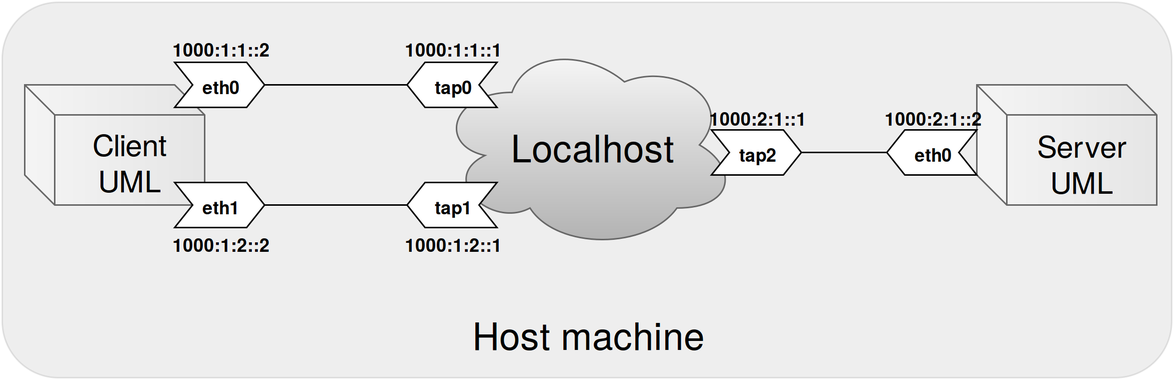
Above: images/Network_Scenario_6_1.png in fabriziodemaria/MPTCP_Security (draw.io), before the change. Source tidied: cells renumbered, new cells last; positions are measured from the earlier drawing's top-left corner, leaving out a move shared by most shapes. The source it was exported from:
```xml
<mxGraphModel background="#ffffff">
  <root>
    <mxCell id="0" />
    <mxCell id="1" parent="0" />
    <mxCell id="2" style="whiteSpace=wrap;html=1;fontSize=25;fillColor=#545454;strokeColor=#000000;gradientColor=none;opacity=10;shadow=0;rounded=1;" parent="1" vertex="1">
      <mxGeometry width="780" height="250" as="geometry" />
    </mxCell>
    <mxCell id="3" style="shape=cube;whiteSpace=wrap;html=1;plain-gray;gradientColor=#E6E6E6;gradientDirection=east;" parent="1" vertex="1">
      <mxGeometry x="15" y="55" width="120" height="80" as="geometry" />
    </mxCell>
    <mxCell id="4" style="shape=cube;whiteSpace=wrap;html=1;plain-gray;gradientColor=#E6E6E6;gradientDirection=east;" parent="1" vertex="1">
      <mxGeometry x="650" y="55" width="120" height="80" as="geometry" />
    </mxCell>
    <mxCell id="5" value="Client UML&lt;br&gt;" style="text;html=1;strokeColor=none;fillColor=none;align=center;verticalAlign=middle;whiteSpace=wrap;overflow=hidden;fontSize=20;" parent="1" vertex="1">
      <mxGeometry x="35" y="75" width="100" height="60" as="geometry" />
    </mxCell>
    <mxCell id="6" style="shape=step;whiteSpace=wrap;html=1;" parent="1" vertex="1">
      <mxGeometry x="115" y="40" width="60" height="30" as="geometry" />
    </mxCell>
    <mxCell id="7" style="shape=step;whiteSpace=wrap;html=1;" parent="1" vertex="1">
      <mxGeometry x="115" y="120" width="60" height="30" as="geometry" />
    </mxCell>
    <mxCell id="8" style="ellipse;shape=cloud;whiteSpace=wrap;html=1;plain-gray;" parent="1" vertex="1">
      <mxGeometry x="290" y="25" width="200" height="140" as="geometry" />
    </mxCell>
    <mxCell id="9" style="shape=step;whiteSpace=wrap;html=1;rotation=180;" parent="1" vertex="1">
      <mxGeometry x="270" y="40" width="60" height="30" as="geometry" />
    </mxCell>
    <mxCell id="10" style="shape=step;whiteSpace=wrap;html=1;rotation=180;" parent="1" vertex="1">
      <mxGeometry x="270" y="120" width="60" height="30" as="geometry" />
    </mxCell>
    <mxCell id="11" value="eth0" style="text;html=1;strokeColor=none;fillColor=none;align=center;verticalAlign=middle;whiteSpace=wrap;overflow=hidden;fontStyle=1;" parent="1" vertex="1">
      <mxGeometry x="125" y="45" width="40" height="20" as="geometry" />
    </mxCell>
    <mxCell id="12" value="eth1" style="text;html=1;strokeColor=none;fillColor=none;align=center;verticalAlign=middle;whiteSpace=wrap;overflow=hidden;fontStyle=1;" parent="1" vertex="1">
      <mxGeometry x="125" y="125" width="40" height="20" as="geometry" />
    </mxCell>
    <mxCell id="13" value="tap0" style="text;html=1;strokeColor=none;fillColor=none;align=center;verticalAlign=middle;whiteSpace=wrap;overflow=hidden;fontStyle=1;" parent="1" vertex="1">
      <mxGeometry x="280" y="45" width="40" height="20" as="geometry" />
    </mxCell>
    <mxCell id="14" value="tap1" style="text;html=1;strokeColor=none;fillColor=none;align=center;verticalAlign=middle;whiteSpace=wrap;overflow=hidden;fontStyle=1;" parent="1" vertex="1">
      <mxGeometry x="280" y="125" width="40" height="20" as="geometry" />
    </mxCell>
    <mxCell id="15" style="shape=step;whiteSpace=wrap;html=1;" parent="1" vertex="1">
      <mxGeometry x="473" y="85" width="60" height="30" as="geometry" />
    </mxCell>
    <mxCell id="16" value="tap2" style="text;html=1;strokeColor=none;fillColor=none;align=center;verticalAlign=middle;whiteSpace=wrap;overflow=hidden;fontStyle=1;" parent="1" vertex="1">
      <mxGeometry x="483" y="90" width="40" height="20" as="geometry" />
    </mxCell>
    <mxCell id="17" style="shape=step;whiteSpace=wrap;html=1;rotation=180;" parent="1" vertex="1">
      <mxGeometry x="590" y="85" width="60" height="30" as="geometry" />
    </mxCell>
    <mxCell id="18" value="eth0&lt;br&gt;" style="text;html=1;strokeColor=none;fillColor=none;align=center;verticalAlign=middle;whiteSpace=wrap;overflow=hidden;fontStyle=1;" parent="1" vertex="1">
      <mxGeometry x="600" y="85" width="40" height="30" as="geometry" />
    </mxCell>
    <mxCell id="19" value="1000:1:1::2" style="text;html=1;strokeColor=none;fillColor=none;align=center;verticalAlign=middle;whiteSpace=wrap;overflow=hidden;fontStyle=1;" parent="1" vertex="1">
      <mxGeometry x="105" y="20" width="80" height="20" as="geometry" />
    </mxCell>
    <mxCell id="20" value="1000:1:2::2" style="text;html=1;strokeColor=none;fillColor=none;align=center;verticalAlign=middle;whiteSpace=wrap;overflow=hidden;fontStyle=1;" parent="1" vertex="1">
      <mxGeometry x="105" y="150" width="80" height="20" as="geometry" />
    </mxCell>
    <mxCell id="21" value="1000:1:1::1" style="text;html=1;strokeColor=none;fillColor=none;align=center;verticalAlign=middle;whiteSpace=wrap;overflow=hidden;fontStyle=1;" parent="1" vertex="1">
      <mxGeometry x="260" y="20" width="80" height="20" as="geometry" />
    </mxCell>
    <mxCell id="22" value="1000:1:2::1" style="text;html=1;strokeColor=none;fillColor=none;align=center;verticalAlign=middle;whiteSpace=wrap;overflow=hidden;fontStyle=1;" parent="1" vertex="1">
      <mxGeometry x="260" y="150" width="80" height="20" as="geometry" />
    </mxCell>
    <mxCell id="23" value="1000:2:1::1" style="text;html=1;strokeColor=none;fillColor=none;align=center;verticalAlign=middle;whiteSpace=wrap;overflow=hidden;fontStyle=1;" parent="1" vertex="1">
      <mxGeometry x="463" y="66" width="80" height="20" as="geometry" />
    </mxCell>
    <mxCell id="24" value="1000:2:1::2" style="text;html=1;strokeColor=none;fillColor=none;align=center;verticalAlign=middle;whiteSpace=wrap;overflow=hidden;fontStyle=1;" parent="1" vertex="1">
      <mxGeometry x="580" y="66" width="80" height="20" as="geometry" />
    </mxCell>
    <mxCell id="25" style="edgeStyle=orthogonalEdgeStyle;rounded=0;html=1;exitX=1;exitY=0.5;exitPerimeter=0;fontSize=25;endArrow=none;endFill=0;" parent="1" edge="1" source="6">
      <mxGeometry relative="1" as="geometry">
        <mxPoint x="270" y="55" as="targetPoint" />
      </mxGeometry>
    </mxCell>
    <mxCell id="26" style="edgeStyle=orthogonalEdgeStyle;rounded=0;html=1;fontSize=25;endArrow=none;endFill=0;exitX=1;exitY=0.5;exitPerimeter=0;" parent="1" edge="1" source="7">
      <mxGeometry x="208" y="270" as="geometry">
        <mxPoint x="270" y="135" as="targetPoint" />
      </mxGeometry>
    </mxCell>
    <mxCell id="27" style="edgeStyle=orthogonalEdgeStyle;rounded=0;html=1;exitX=1;exitY=0.5;exitPerimeter=0;entryX=1;entryY=0.5;entryPerimeter=0;endArrow=none;endFill=0;fontSize=25;" parent="1" edge="1" source="15" target="17">
      <mxGeometry relative="1" as="geometry" />
    </mxCell>
    <mxCell id="28" value="Localhost" style="text;html=1;strokeColor=none;fillColor=none;align=center;verticalAlign=middle;whiteSpace=wrap;overflow=hidden;fontSize=25;" parent="1" vertex="1">
      <mxGeometry x="337" y="70" width="113" height="50" as="geometry" />
    </mxCell>
    <mxCell id="29" value="Host machine&lt;br&gt;" style="text;html=1;strokeColor=none;fillColor=none;align=center;verticalAlign=middle;whiteSpace=wrap;overflow=hidden;fontSize=25;" parent="1" vertex="1">
      <mxGeometry x="310" y="195" width="160" height="50" as="geometry" />
    </mxCell>
    <mxCell id="30" value="Server UML&lt;br&gt;" style="text;html=1;strokeColor=none;fillColor=none;align=center;verticalAlign=middle;whiteSpace=wrap;overflow=hidden;fontSize=20;" parent="1" vertex="1">
      <mxGeometry x="670" y="76" width="100" height="60" as="geometry" />
    </mxCell>
  </root>
</mxGraphModel>
```
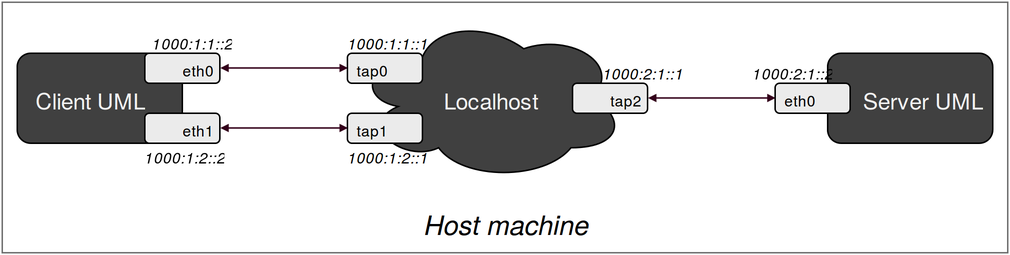
Later version of the same file.

Diff of the diagram source:
```diff
@@ -2,96 +2,65 @@
   <root>
     <mxCell id="0" />
     <mxCell id="1" parent="0" />
-    <mxCell id="2" style="whiteSpace=wrap;html=1;fontSize=25;fillColor=#545454;strokeColor=#000000;gradientColor=none;opacity=10;shadow=0;rounded=1;" parent="1" vertex="1">
-      <mxGeometry width="780" height="250" as="geometry" />
-    </mxCell>
+    <mxCell id="12" style="whiteSpace=wrap;html=1;rounded=0;shadow=0;glass=0;strokeColor=#737373;strokeWidth=1;fillColor=#FFFFFF;gradientColor=none;fontSize=10;fontColor=#000000;align=center;" parent="1" vertex="1">
+      <mxGeometry x="27" y="41" width="670" height="167" as="geometry" />
+    </mxCell>
-    <mxCell id="3" style="shape=cube;whiteSpace=wrap;html=1;plain-gray;gradientColor=#E6E6E6;gradientDirection=east;" parent="1" vertex="1">
-      <mxGeometry x="15" y="55" width="120" height="80" as="geometry" />
+    <mxCell id="3" value="Localhost" style="ellipse;shape=cloud;whiteSpace=wrap;html=1;rounded=1;shadow=0;strokeColor=#000000;fillColor=#404040;gradientColor=none;fontSize=15;fontColor=#F2F2F2;align=center;" parent="1" vertex="1">
+      <mxGeometry x="262" y="50" width="180" height="110" as="geometry" />
     </mxCell>
+    <mxCell id="31" value="Client UML&lt;br&gt;" style="whiteSpace=wrap;html=1;rounded=1;shadow=0;strokeColor=#000000;fillColor=#404040;gradientColor=none;fontSize=15;fontColor=#F2F2F2;align=center;verticalAlign=middle;spacingRight=15;" parent="1" vertex="1">
+      <mxGeometry x="37" y="75" width="110" height="60" as="geometry" />
+    </mxCell>
+    <mxCell id="32" style="edgeStyle=none;html=1;exitX=1;exitY=0.5;entryX=0;entryY=0.5;shadow=0;startArrow=block;startFill=1;startSize=3;endArrow=block;endFill=1;endSize=3;jettySize=auto;strokeColor=#33001A;strokeWidth=1;fillColor=#000000;fontSize=8;fontColor=#000000;" parent="1" edge="1" source="33" target="14">
+      <mxGeometry relative="1" as="geometry" />
+    </mxCell>
+    <mxCell id="33" value="eth1" style="whiteSpace=wrap;html=1;rounded=1;shadow=0;glass=0;strokeColor=#000000;strokeWidth=1;fillColor=#EBEBEB;gradientColor=none;fontSize=10;fontColor=#000000;align=right;spacingRight=3;" parent="1" vertex="1">
+      <mxGeometry x="122" y="115" width="50" height="20" as="geometry" />
+    </mxCell>
+    <mxCell id="14" value="tap1" style="whiteSpace=wrap;html=1;rounded=1;shadow=0;glass=0;strokeColor=#000000;strokeWidth=1;fillColor=#EBEBEB;gradientColor=none;fontSize=10;fontColor=#000000;align=left;spacingLeft=3;" parent="1" vertex="1">
+      <mxGeometry x="257" y="115" width="50" height="20" as="geometry" />
+    </mxCell>
-    <mxCell id="4" style="shape=cube;whiteSpace=wrap;html=1;plain-gray;gradientColor=#E6E6E6;gradientDirection=east;" parent="1" vertex="1">
-      <mxGeometry x="650" y="55" width="120" height="80" as="geometry" />
+    <mxCell id="4" style="edgeStyle=none;html=1;exitX=1;exitY=0.5;entryX=0;entryY=0.5;shadow=0;startArrow=block;startFill=1;startSize=3;endArrow=block;endFill=1;endSize=3;jettySize=auto;strokeColor=#33001A;strokeWidth=1;fillColor=#000000;fontSize=8;fontColor=#000000;" parent="1" edge="1" source="5" target="34">
+      <mxGeometry x="195" y="290" as="geometry" />
     </mxCell>
-    <mxCell id="5" value="Client UML&lt;br&gt;" style="text;html=1;strokeColor=none;fillColor=none;align=center;verticalAlign=middle;whiteSpace=wrap;overflow=hidden;fontSize=20;" parent="1" vertex="1">
-      <mxGeometry x="35" y="75" width="100" height="60" as="geometry" />
+    <mxCell id="5" value="eth0" style="whiteSpace=wrap;html=1;rounded=1;shadow=0;glass=0;strokeColor=#000000;strokeWidth=1;fillColor=#EBEBEB;gradientColor=none;fontSize=10;fontColor=#000000;align=right;spacingRight=3;" parent="1" vertex="1">
+      <mxGeometry x="122" y="75" width="50" height="20" as="geometry" />
     </mxCell>
+    <mxCell id="34" value="tap0" style="whiteSpace=wrap;html=1;rounded=1;shadow=0;glass=0;strokeColor=#000000;strokeWidth=1;fillColor=#EBEBEB;gradientColor=none;fontSize=10;fontColor=#000000;align=left;spacingLeft=3;" parent="1" vertex="1">
+      <mxGeometry x="257" y="75" width="50" height="20" as="geometry" />
+    </mxCell>
-    <mxCell id="6" style="shape=step;whiteSpace=wrap;html=1;" parent="1" vertex="1">
-      <mxGeometry x="115" y="40" width="60" height="30" as="geometry" />
+    <mxCell id="6" style="edgeStyle=none;html=1;exitX=1;exitY=0.5;entryX=0;entryY=0.5;shadow=0;startArrow=block;startFill=1;startSize=3;endArrow=block;endFill=1;endSize=3;jettySize=auto;strokeColor=#33001A;strokeWidth=1;fillColor=#000000;fontSize=8;fontColor=#000000;" parent="1" edge="1" source="7" target="8">
+      <mxGeometry x="480" y="310" as="geometry" />
     </mxCell>
-    <mxCell id="7" style="shape=step;whiteSpace=wrap;html=1;" parent="1" vertex="1">
-      <mxGeometry x="115" y="120" width="60" height="30" as="geometry" />
+    <mxCell id="7" value="tap2" style="whiteSpace=wrap;html=1;rounded=1;shadow=0;glass=0;strokeColor=#000000;strokeWidth=1;fillColor=#EBEBEB;gradientColor=none;fontSize=10;fontColor=#000000;align=right;spacingRight=3;" parent="1" vertex="1">
+      <mxGeometry x="407" y="95" width="50" height="20" as="geometry" />
     </mxCell>
+    <mxCell id="30" value="Server UML&lt;br&gt;" style="whiteSpace=wrap;html=1;rounded=1;shadow=0;strokeColor=#000000;fillColor=#404040;gradientColor=none;fontSize=15;fontColor=#F2F2F2;align=center;verticalAlign=middle;spacingLeft=15;" parent="1" vertex="1">
+      <mxGeometry x="577" y="75" width="110" height="60" as="geometry" />
+    </mxCell>
-    <mxCell id="8" style="ellipse;shape=cloud;whiteSpace=wrap;html=1;plain-gray;" parent="1" vertex="1">
-      <mxGeometry x="290" y="25" width="200" height="140" as="geometry" />
+    <mxCell id="8" value="eth0" style="whiteSpace=wrap;html=1;rounded=1;shadow=0;glass=0;strokeColor=#000000;strokeWidth=1;fillColor=#EBEBEB;gradientColor=none;fontSize=10;fontColor=#000000;align=left;spacingLeft=3;" parent="1" vertex="1">
+      <mxGeometry x="542" y="95" width="50" height="20" as="geometry" />
     </mxCell>
+    <mxCell id="19" value="1000:1:1::2" style="text;html=1;align=center;verticalAlign=bottom;spacingTop=-4;fontSize=10;fontColor=#000000;fontStyle=2;" parent="1" vertex="1">
+      <mxGeometry x="117" y="65" width="70" height="10" as="geometry" />
+    </mxCell>
+    <mxCell id="20" value="1000:1:2::2" style="text;html=1;align=center;verticalAlign=top;spacingTop=-4;fontSize=10;fontColor=#000000;fontStyle=2;" parent="1" vertex="1">
+      <mxGeometry x="112" y="135" width="70" height="10" as="geometry" />
+    </mxCell>
+    <mxCell id="22" value="1000:1:2::1" style="text;html=1;align=center;verticalAlign=top;spacingTop=-4;fontSize=10;fontColor=#000000;fontStyle=2;" parent="1" vertex="1">
+      <mxGeometry x="247" y="135" width="70" height="10" as="geometry" />
+    </mxCell>
-    <mxCell id="9" style="shape=step;whiteSpace=wrap;html=1;rotation=180;" parent="1" vertex="1">
-      <mxGeometry x="270" y="40" width="60" height="30" as="geometry" />
+    <mxCell id="9" value="1000:1:1::1" style="text;html=1;align=center;verticalAlign=bottom;spacingTop=-4;fontSize=10;fontColor=#000000;fontStyle=2;" parent="1" vertex="1">
+      <mxGeometry x="247" y="65" width="70" height="10" as="geometry" />
     </mxCell>
-    <mxCell id="10" style="shape=step;whiteSpace=wrap;html=1;rotation=180;" parent="1" vertex="1">
-      <mxGeometry x="270" y="120" width="60" height="30" as="geometry" />
+    <mxCell id="10" value="1000:2:1::1" style="text;html=1;align=center;verticalAlign=bottom;spacingTop=-4;fontSize=10;fontColor=#000000;fontStyle=2;" parent="1" vertex="1">
+      <mxGeometry x="417" y="85" width="70" height="10" as="geometry" />
     </mxCell>
-    <mxCell id="11" value="eth0" style="text;html=1;strokeColor=none;fillColor=none;align=center;verticalAlign=middle;whiteSpace=wrap;overflow=hidden;fontStyle=1;" parent="1" vertex="1">
-      <mxGeometry x="125" y="45" width="40" height="20" as="geometry" />
+    <mxCell id="11" value="1000:2:1::2" style="text;html=1;align=center;verticalAlign=bottom;spacingTop=-4;fontSize=10;fontColor=#000000;fontStyle=2;" parent="1" vertex="1">
+      <mxGeometry x="517" y="85" width="70" height="10" as="geometry" />
     </mxCell>
-    <mxCell id="12" value="eth1" style="text;html=1;strokeColor=none;fillColor=none;align=center;verticalAlign=middle;whiteSpace=wrap;overflow=hidden;fontStyle=1;" parent="1" vertex="1">
-      <mxGeometry x="125" y="125" width="40" height="20" as="geometry" />
-    </mxCell>
-    <mxCell id="13" value="tap0" style="text;html=1;strokeColor=none;fillColor=none;align=center;verticalAlign=middle;whiteSpace=wrap;overflow=hidden;fontStyle=1;" parent="1" vertex="1">
-      <mxGeometry x="280" y="45" width="40" height="20" as="geometry" />
+    <mxCell id="13" value="Host machine&lt;br&gt;" style="text;html=1;align=center;verticalAlign=middle;spacingTop=-4;fontSize=18;fontColor=#000000;fontStyle=2;" parent="1" vertex="1">
+      <mxGeometry x="322" y="185" width="80" height="10" as="geometry" />
     </mxCell>
-    <mxCell id="14" value="tap1" style="text;html=1;strokeColor=none;fillColor=none;align=center;verticalAlign=middle;whiteSpace=wrap;overflow=hidden;fontStyle=1;" parent="1" vertex="1">
-      <mxGeometry x="280" y="125" width="40" height="20" as="geometry" />
-    </mxCell>
-    <mxCell id="15" style="shape=step;whiteSpace=wrap;html=1;" parent="1" vertex="1">
-      <mxGeometry x="473" y="85" width="60" height="30" as="geometry" />
-    </mxCell>
-    <mxCell id="16" value="tap2" style="text;html=1;strokeColor=none;fillColor=none;align=center;verticalAlign=middle;whiteSpace=wrap;overflow=hidden;fontStyle=1;" parent="1" vertex="1">
-      <mxGeometry x="483" y="90" width="40" height="20" as="geometry" />
-    </mxCell>
-    <mxCell id="17" style="shape=step;whiteSpace=wrap;html=1;rotation=180;" parent="1" vertex="1">
-      <mxGeometry x="590" y="85" width="60" height="30" as="geometry" />
-    </mxCell>
-    <mxCell id="18" value="eth0&lt;br&gt;" style="text;html=1;strokeColor=none;fillColor=none;align=center;verticalAlign=middle;whiteSpace=wrap;overflow=hidden;fontStyle=1;" parent="1" vertex="1">
-      <mxGeometry x="600" y="85" width="40" height="30" as="geometry" />
-    </mxCell>
-    <mxCell id="19" value="1000:1:1::2" style="text;html=1;strokeColor=none;fillColor=none;align=center;verticalAlign=middle;whiteSpace=wrap;overflow=hidden;fontStyle=1;" parent="1" vertex="1">
-      <mxGeometry x="105" y="20" width="80" height="20" as="geometry" />
-    </mxCell>
-    <mxCell id="20" value="1000:1:2::2" style="text;html=1;strokeColor=none;fillColor=none;align=center;verticalAlign=middle;whiteSpace=wrap;overflow=hidden;fontStyle=1;" parent="1" vertex="1">
-      <mxGeometry x="105" y="150" width="80" height="20" as="geometry" />
-    </mxCell>
-    <mxCell id="21" value="1000:1:1::1" style="text;html=1;strokeColor=none;fillColor=none;align=center;verticalAlign=middle;whiteSpace=wrap;overflow=hidden;fontStyle=1;" parent="1" vertex="1">
-      <mxGeometry x="260" y="20" width="80" height="20" as="geometry" />
-    </mxCell>
-    <mxCell id="22" value="1000:1:2::1" style="text;html=1;strokeColor=none;fillColor=none;align=center;verticalAlign=middle;whiteSpace=wrap;overflow=hidden;fontStyle=1;" parent="1" vertex="1">
-      <mxGeometry x="260" y="150" width="80" height="20" as="geometry" />
-    </mxCell>
-    <mxCell id="23" value="1000:2:1::1" style="text;html=1;strokeColor=none;fillColor=none;align=center;verticalAlign=middle;whiteSpace=wrap;overflow=hidden;fontStyle=1;" parent="1" vertex="1">
-      <mxGeometry x="463" y="66" width="80" height="20" as="geometry" />
-    </mxCell>
-    <mxCell id="24" value="1000:2:1::2" style="text;html=1;strokeColor=none;fillColor=none;align=center;verticalAlign=middle;whiteSpace=wrap;overflow=hidden;fontStyle=1;" parent="1" vertex="1">
-      <mxGeometry x="580" y="66" width="80" height="20" as="geometry" />
-    </mxCell>
-    <mxCell id="25" style="edgeStyle=orthogonalEdgeStyle;rounded=0;html=1;exitX=1;exitY=0.5;exitPerimeter=0;fontSize=25;endArrow=none;endFill=0;" parent="1" edge="1" source="6">
-      <mxGeometry relative="1" as="geometry">
-        <mxPoint x="270" y="55" as="targetPoint" />
-      </mxGeometry>
-    </mxCell>
-    <mxCell id="26" style="edgeStyle=orthogonalEdgeStyle;rounded=0;html=1;fontSize=25;endArrow=none;endFill=0;exitX=1;exitY=0.5;exitPerimeter=0;" parent="1" edge="1" source="7">
-      <mxGeometry x="208" y="270" as="geometry">
-        <mxPoint x="270" y="135" as="targetPoint" />
-      </mxGeometry>
-    </mxCell>
-    <mxCell id="27" style="edgeStyle=orthogonalEdgeStyle;rounded=0;html=1;exitX=1;exitY=0.5;exitPerimeter=0;entryX=1;entryY=0.5;entryPerimeter=0;endArrow=none;endFill=0;fontSize=25;" parent="1" edge="1" source="15" target="17">
-      <mxGeometry relative="1" as="geometry" />
-    </mxCell>
-    <mxCell id="28" value="Localhost" style="text;html=1;strokeColor=none;fillColor=none;align=center;verticalAlign=middle;whiteSpace=wrap;overflow=hidden;fontSize=25;" parent="1" vertex="1">
-      <mxGeometry x="337" y="70" width="113" height="50" as="geometry" />
-    </mxCell>
-    <mxCell id="29" value="Host machine&lt;br&gt;" style="text;html=1;strokeColor=none;fillColor=none;align=center;verticalAlign=middle;whiteSpace=wrap;overflow=hidden;fontSize=25;" parent="1" vertex="1">
-      <mxGeometry x="310" y="195" width="160" height="50" as="geometry" />
-    </mxCell>
-    <mxCell id="30" value="Server UML&lt;br&gt;" style="text;html=1;strokeColor=none;fillColor=none;align=center;verticalAlign=middle;whiteSpace=wrap;overflow=hidden;fontSize=20;" parent="1" vertex="1">
-      <mxGeometry x="670" y="76" width="100" height="60" as="geometry" />
-    </mxCell>
   </root>
 </mxGraphModel>
```
